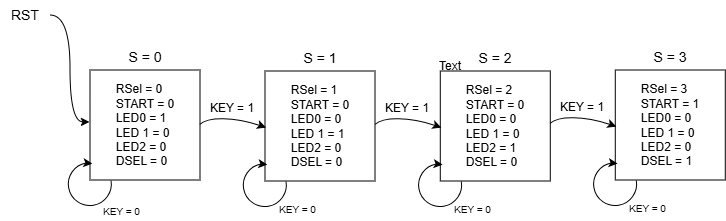
Above: Documentation/Diagrams/demo_state_machiene.png in MF-ECE2028/Project-ALU (draw.io), before the change. Source tidied: cells renumbered, new cells last; positions are measured from the earlier drawing's top-left corner, leaving out a move shared by most shapes. Source of this version:
```xml
<mxGraphModel>
  <root>
    <mxCell id="0" />
    <mxCell id="1" parent="0" />
    <mxCell id="2" style="group;" parent="1" vertex="1">
      <mxGeometry x="90" y="70" width="110" height="110" as="geometry" />
    </mxCell>
    <mxCell id="3" style="whiteSpace=wrap;html=1;" parent="2" vertex="1">
      <mxGeometry width="110" height="110" as="geometry" />
    </mxCell>
    <mxCell id="4" value="&lt;div style=&quot;text-align: justify;&quot;&gt;&lt;span style=&quot;background-color: transparent; color: light-dark(rgb(0, 0, 0), rgb(255, 255, 255));&quot;&gt;&lt;font&gt;RSel = 0&lt;/font&gt;&lt;/span&gt;&lt;/div&gt;&lt;div style=&quot;text-align: justify;&quot;&gt;&lt;font&gt;START = 0&lt;/font&gt;&lt;/div&gt;&lt;div style=&quot;text-align: justify;&quot;&gt;&lt;font&gt;LED0 = 1&lt;/font&gt;&lt;/div&gt;&lt;div style=&quot;text-align: justify;&quot;&gt;&lt;font&gt;LED 1 = 0&lt;/font&gt;&lt;/div&gt;&lt;div style=&quot;text-align: justify;&quot;&gt;&lt;font&gt;LED2 = 0&lt;/font&gt;&lt;/div&gt;&lt;div style=&quot;text-align: justify;&quot;&gt;&lt;font&gt;DSEL = 0&lt;/font&gt;&lt;/div&gt;" style="text;html=1;whiteSpace=wrap;strokeColor=none;fillColor=none;align=center;verticalAlign=middle;rounded=0;" parent="2" vertex="1">
      <mxGeometry width="110" height="110" as="geometry" />
    </mxCell>
    <mxCell id="5" value="&lt;font style=&quot;font-size: 14px;&quot;&gt;RST&lt;/font&gt;" style="text;html=1;whiteSpace=wrap;strokeColor=none;fillColor=none;align=center;verticalAlign=middle;rounded=0;" parent="1" vertex="1">
      <mxGeometry width="50" height="30" as="geometry" />
    </mxCell>
    <mxCell id="6" style="edgeStyle=orthogonalEdgeStyle;rounded=0;jettySize=auto;html=1;entryX=-0.005;entryY=0.472;entryDx=0;entryDy=0;entryPerimeter=0;curved=1;" parent="1" edge="1" source="5" target="4">
      <mxGeometry relative="1" as="geometry" />
    </mxCell>
    <mxCell id="7" value="&lt;font style=&quot;font-size: 14px;&quot;&gt;S = 0&lt;/font&gt;" style="text;html=1;whiteSpace=wrap;strokeColor=none;fillColor=none;align=center;verticalAlign=middle;rounded=0;" parent="1" vertex="1">
      <mxGeometry x="115" y="42" width="60" height="30" as="geometry" />
    </mxCell>
    <mxCell id="8" style="shape=mxgraph.basic.arc;html=1;startAngle=0.3;endAngle=0.1;endArrow=classic;endFill=1;rotation=-30;" parent="1" vertex="1">
      <mxGeometry x="65" y="160" width="50" height="50" as="geometry" />
    </mxCell>
    <mxCell id="9" style="group;" parent="1" vertex="1">
      <mxGeometry x="265" y="71" width="110" height="110" as="geometry" />
    </mxCell>
    <mxCell id="10" style="whiteSpace=wrap;html=1;" parent="9" vertex="1">
      <mxGeometry width="110" height="110" as="geometry" />
    </mxCell>
    <mxCell id="11" value="&lt;div style=&quot;text-align: justify;&quot;&gt;&lt;span style=&quot;background-color: transparent; color: light-dark(rgb(0, 0, 0), rgb(255, 255, 255));&quot;&gt;&lt;font&gt;RSel = 1&lt;/font&gt;&lt;/span&gt;&lt;/div&gt;&lt;div style=&quot;text-align: justify;&quot;&gt;&lt;font&gt;START = 0&lt;/font&gt;&lt;/div&gt;&lt;div style=&quot;text-align: justify;&quot;&gt;&lt;font&gt;LED0 = 0&lt;/font&gt;&lt;/div&gt;&lt;div style=&quot;text-align: justify;&quot;&gt;&lt;font&gt;LED 1 = 1&lt;/font&gt;&lt;/div&gt;&lt;div style=&quot;text-align: justify;&quot;&gt;&lt;font&gt;LED2 = 0&lt;/font&gt;&lt;/div&gt;&lt;div style=&quot;text-align: justify;&quot;&gt;&lt;font&gt;DSEL = 0&lt;/font&gt;&lt;/div&gt;" style="text;html=1;whiteSpace=wrap;strokeColor=none;fillColor=none;align=center;verticalAlign=middle;rounded=0;" parent="9" vertex="1">
      <mxGeometry width="110" height="110" as="geometry" />
    </mxCell>
    <mxCell id="12" value="&lt;font style=&quot;font-size: 14px;&quot;&gt;S = 1&lt;/font&gt;" style="text;html=1;whiteSpace=wrap;strokeColor=none;fillColor=none;align=center;verticalAlign=middle;rounded=0;" parent="1" vertex="1">
      <mxGeometry x="290" y="43" width="60" height="30" as="geometry" />
    </mxCell>
    <mxCell id="13" style="shape=mxgraph.basic.arc;html=1;startAngle=0.3;endAngle=0.1;endArrow=classic;endFill=1;rotation=-30;" parent="1" vertex="1">
      <mxGeometry x="240" y="161" width="50" height="50" as="geometry" />
    </mxCell>
    <mxCell id="14" style="shape=mxgraph.basic.arc;html=1;startAngle=0.7859799014260431;endAngle=0.9968173254495136;endArrow=classic;endFill=1;rotation=20;" parent="1" vertex="1">
      <mxGeometry x="188.7" y="123" width="139.8" height="57.4" as="geometry" />
    </mxCell>
    <mxCell id="15" value="&lt;font&gt;KEY = 1&lt;/font&gt;" style="text;html=1;whiteSpace=wrap;strokeColor=none;fillColor=none;align=center;verticalAlign=middle;rounded=0;" parent="1" vertex="1">
      <mxGeometry x="197" y="93" width="70" height="30" as="geometry" />
    </mxCell>
    <mxCell id="16" value="&lt;font style=&quot;font-size: 10px;&quot;&gt;KEY = 0&lt;/font&gt;" style="text;html=1;whiteSpace=wrap;strokeColor=none;fillColor=none;align=center;verticalAlign=middle;rounded=0;" parent="1" vertex="1">
      <mxGeometry x="100" y="201" width="43" height="20" as="geometry" />
    </mxCell>
    <mxCell id="17" value="&lt;font style=&quot;font-size: 10px;&quot;&gt;KEY = 0&lt;/font&gt;" style="text;html=1;whiteSpace=wrap;strokeColor=none;fillColor=none;align=center;verticalAlign=middle;rounded=0;" parent="1" vertex="1">
      <mxGeometry x="276" y="199" width="43" height="20" as="geometry" />
    </mxCell>
    <mxCell id="18" style="group;" parent="1" vertex="1">
      <mxGeometry x="440.3" y="71" width="110" height="110" as="geometry" />
    </mxCell>
    <mxCell id="19" style="whiteSpace=wrap;html=1;" parent="18" vertex="1">
      <mxGeometry width="110" height="110" as="geometry" />
    </mxCell>
    <mxCell id="20" value="&lt;div style=&quot;text-align: justify;&quot;&gt;&lt;span style=&quot;background-color: transparent; color: light-dark(rgb(0, 0, 0), rgb(255, 255, 255));&quot;&gt;&lt;font&gt;RSel = 2&lt;/font&gt;&lt;/span&gt;&lt;/div&gt;&lt;div style=&quot;text-align: justify;&quot;&gt;&lt;font&gt;START = 0&lt;/font&gt;&lt;/div&gt;&lt;div style=&quot;text-align: justify;&quot;&gt;&lt;font&gt;LED0 = 0&lt;/font&gt;&lt;/div&gt;&lt;div style=&quot;text-align: justify;&quot;&gt;&lt;font&gt;LED 1 = 0&lt;/font&gt;&lt;/div&gt;&lt;div style=&quot;text-align: justify;&quot;&gt;&lt;font&gt;LED2 = 1&lt;/font&gt;&lt;/div&gt;&lt;div style=&quot;text-align: justify;&quot;&gt;&lt;font&gt;DSEL = 0&lt;/font&gt;&lt;/div&gt;" style="text;html=1;whiteSpace=wrap;strokeColor=none;fillColor=none;align=center;verticalAlign=middle;rounded=0;" parent="18" vertex="1">
      <mxGeometry width="110" height="110" as="geometry" />
    </mxCell>
    <mxCell id="21" value="&lt;font style=&quot;font-size: 14px;&quot;&gt;S = 2&lt;/font&gt;" style="text;html=1;whiteSpace=wrap;strokeColor=none;fillColor=none;align=center;verticalAlign=middle;rounded=0;" parent="1" vertex="1">
      <mxGeometry x="465.3" y="43" width="60" height="30" as="geometry" />
    </mxCell>
    <mxCell id="22" style="shape=mxgraph.basic.arc;html=1;startAngle=0.3;endAngle=0.1;endArrow=classic;endFill=1;rotation=-30;" parent="1" vertex="1">
      <mxGeometry x="415.3" y="161" width="50" height="50" as="geometry" />
    </mxCell>
    <mxCell id="23" style="shape=mxgraph.basic.arc;html=1;startAngle=0.7859799014260431;endAngle=0.9968173254495136;endArrow=classic;endFill=1;rotation=20;" parent="1" vertex="1">
      <mxGeometry x="364" y="123" width="139.8" height="57.4" as="geometry" />
    </mxCell>
    <mxCell id="24" value="&lt;font&gt;KEY = 1&lt;/font&gt;" style="text;html=1;whiteSpace=wrap;strokeColor=none;fillColor=none;align=center;verticalAlign=middle;rounded=0;" parent="1" vertex="1">
      <mxGeometry x="372.3" y="93" width="70" height="30" as="geometry" />
    </mxCell>
    <mxCell id="25" value="&lt;font style=&quot;font-size: 10px;&quot;&gt;KEY = 0&lt;/font&gt;" style="text;html=1;whiteSpace=wrap;strokeColor=none;fillColor=none;align=center;verticalAlign=middle;rounded=0;" parent="1" vertex="1">
      <mxGeometry x="451.3" y="199" width="43" height="20" as="geometry" />
    </mxCell>
    <mxCell id="26" style="group;" parent="1" vertex="1">
      <mxGeometry x="615.3" y="70" width="110" height="110" as="geometry" />
    </mxCell>
    <mxCell id="27" style="whiteSpace=wrap;html=1;" parent="26" vertex="1">
      <mxGeometry width="110" height="110" as="geometry" />
    </mxCell>
    <mxCell id="28" value="&lt;div style=&quot;text-align: justify;&quot;&gt;&lt;span style=&quot;background-color: transparent; color: light-dark(rgb(0, 0, 0), rgb(255, 255, 255));&quot;&gt;&lt;font&gt;RSel = 3&lt;/font&gt;&lt;/span&gt;&lt;/div&gt;&lt;div style=&quot;text-align: justify;&quot;&gt;&lt;font&gt;START = 1&lt;/font&gt;&lt;/div&gt;&lt;div style=&quot;text-align: justify;&quot;&gt;&lt;font&gt;LED0 = 0&lt;/font&gt;&lt;/div&gt;&lt;div style=&quot;text-align: justify;&quot;&gt;&lt;font&gt;LED 1 = 0&lt;/font&gt;&lt;/div&gt;&lt;div style=&quot;text-align: justify;&quot;&gt;&lt;font&gt;LED2 = 0&lt;/font&gt;&lt;/div&gt;&lt;div style=&quot;text-align: justify;&quot;&gt;&lt;font&gt;DSEL = 1&lt;/font&gt;&lt;/div&gt;" style="text;html=1;whiteSpace=wrap;strokeColor=none;fillColor=none;align=center;verticalAlign=middle;rounded=0;" parent="26" vertex="1">
      <mxGeometry width="110" height="110" as="geometry" />
    </mxCell>
    <mxCell id="29" value="&lt;font style=&quot;font-size: 14px;&quot;&gt;S = 3&lt;/font&gt;" style="text;html=1;whiteSpace=wrap;strokeColor=none;fillColor=none;align=center;verticalAlign=middle;rounded=0;" parent="1" vertex="1">
      <mxGeometry x="640.3" y="42" width="60" height="30" as="geometry" />
    </mxCell>
    <mxCell id="30" style="shape=mxgraph.basic.arc;html=1;startAngle=0.3;endAngle=0.1;endArrow=classic;endFill=1;rotation=-30;" parent="1" vertex="1">
      <mxGeometry x="590.3" y="160" width="50" height="50" as="geometry" />
    </mxCell>
    <mxCell id="31" style="shape=mxgraph.basic.arc;html=1;startAngle=0.7859799014260431;endAngle=0.9968173254495136;endArrow=classic;endFill=1;rotation=20;" parent="1" vertex="1">
      <mxGeometry x="539" y="122" width="139.8" height="57.4" as="geometry" />
    </mxCell>
    <mxCell id="32" value="&lt;font&gt;KEY = 1&lt;/font&gt;" style="text;html=1;whiteSpace=wrap;strokeColor=none;fillColor=none;align=center;verticalAlign=middle;rounded=0;" parent="1" vertex="1">
      <mxGeometry x="547.3" y="92" width="70" height="30" as="geometry" />
    </mxCell>
    <mxCell id="33" value="&lt;font style=&quot;font-size: 10px;&quot;&gt;KEY = 0&lt;/font&gt;" style="text;html=1;whiteSpace=wrap;strokeColor=none;fillColor=none;align=center;verticalAlign=middle;rounded=0;" parent="1" vertex="1">
      <mxGeometry x="626.3" y="198" width="43" height="20" as="geometry" />
    </mxCell>
    <mxCell id="34" value="Text" style="text;html=1;whiteSpace=wrap;strokeColor=none;fillColor=none;align=center;verticalAlign=middle;rounded=0;" parent="1" vertex="1">
      <mxGeometry x="420" y="51" width="60" height="30" as="geometry" />
    </mxCell>
  </root>
</mxGraphModel>
```
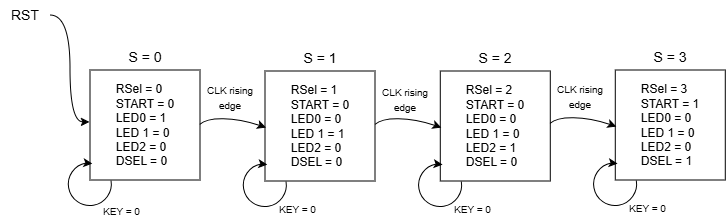
After the commit.

Commit message:
fix state machiene and add demo schematic

Diff of the diagram source:
```diff
@@ -41,9 +41,6 @@
     <mxCell id="14" style="shape=mxgraph.basic.arc;html=1;startAngle=0.7859799014260431;endAngle=0.9968173254495136;endArrow=classic;endFill=1;rotation=20;" parent="1" vertex="1">
       <mxGeometry x="188.7" y="123" width="139.8" height="57.4" as="geometry" />
     </mxCell>
-    <mxCell id="15" value="&lt;font&gt;KEY = 1&lt;/font&gt;" style="text;html=1;whiteSpace=wrap;strokeColor=none;fillColor=none;align=center;verticalAlign=middle;rounded=0;" parent="1" vertex="1">
-      <mxGeometry x="197" y="93" width="70" height="30" as="geometry" />
-    </mxCell>
     <mxCell id="16" value="&lt;font style=&quot;font-size: 10px;&quot;&gt;KEY = 0&lt;/font&gt;" style="text;html=1;whiteSpace=wrap;strokeColor=none;fillColor=none;align=center;verticalAlign=middle;rounded=0;" parent="1" vertex="1">
       <mxGeometry x="100" y="201" width="43" height="20" as="geometry" />
     </mxCell>
@@ -68,9 +65,6 @@
     <mxCell id="23" style="shape=mxgraph.basic.arc;html=1;startAngle=0.7859799014260431;endAngle=0.9968173254495136;endArrow=classic;endFill=1;rotation=20;" parent="1" vertex="1">
       <mxGeometry x="364" y="123" width="139.8" height="57.4" as="geometry" />
     </mxCell>
-    <mxCell id="24" value="&lt;font&gt;KEY = 1&lt;/font&gt;" style="text;html=1;whiteSpace=wrap;strokeColor=none;fillColor=none;align=center;verticalAlign=middle;rounded=0;" parent="1" vertex="1">
-      <mxGeometry x="372.3" y="93" width="70" height="30" as="geometry" />
-    </mxCell>
     <mxCell id="25" value="&lt;font style=&quot;font-size: 10px;&quot;&gt;KEY = 0&lt;/font&gt;" style="text;html=1;whiteSpace=wrap;strokeColor=none;fillColor=none;align=center;verticalAlign=middle;rounded=0;" parent="1" vertex="1">
       <mxGeometry x="451.3" y="199" width="43" height="20" as="geometry" />
     </mxCell>
@@ -92,14 +86,17 @@
     <mxCell id="31" style="shape=mxgraph.basic.arc;html=1;startAngle=0.7859799014260431;endAngle=0.9968173254495136;endArrow=classic;endFill=1;rotation=20;" parent="1" vertex="1">
       <mxGeometry x="539" y="122" width="139.8" height="57.4" as="geometry" />
     </mxCell>
-    <mxCell id="32" value="&lt;font&gt;KEY = 1&lt;/font&gt;" style="text;html=1;whiteSpace=wrap;strokeColor=none;fillColor=none;align=center;verticalAlign=middle;rounded=0;" parent="1" vertex="1">
-      <mxGeometry x="547.3" y="92" width="70" height="30" as="geometry" />
-    </mxCell>
     <mxCell id="33" value="&lt;font style=&quot;font-size: 10px;&quot;&gt;KEY = 0&lt;/font&gt;" style="text;html=1;whiteSpace=wrap;strokeColor=none;fillColor=none;align=center;verticalAlign=middle;rounded=0;" parent="1" vertex="1">
       <mxGeometry x="626.3" y="198" width="43" height="20" as="geometry" />
     </mxCell>
-    <mxCell id="34" value="Text" style="text;html=1;whiteSpace=wrap;strokeColor=none;fillColor=none;align=center;verticalAlign=middle;rounded=0;" parent="1" vertex="1">
-      <mxGeometry x="420" y="51" width="60" height="30" as="geometry" />
-    </mxCell>
+    <mxCell id="35" value="&lt;font style=&quot;font-size: 10px;&quot;&gt;CLK rising edge&lt;/font&gt;" style="text;html=1;whiteSpace=wrap;strokeColor=none;fillColor=none;align=center;verticalAlign=middle;rounded=0;" parent="1" vertex="1">
+      <mxGeometry x="200" y="71" width="60" height="52" as="geometry" />
+    </mxCell>
+    <mxCell id="36" value="&lt;font style=&quot;font-size: 10px;&quot;&gt;CLK rising edge&lt;/font&gt;" style="text;html=1;whiteSpace=wrap;strokeColor=none;fillColor=none;align=center;verticalAlign=middle;rounded=0;" parent="1" vertex="1">
+      <mxGeometry x="375" y="73" width="60" height="52" as="geometry" />
+    </mxCell>
+    <mxCell id="37" value="&lt;font style=&quot;font-size: 10px;&quot;&gt;CLK rising edge&lt;/font&gt;" style="text;html=1;whiteSpace=wrap;strokeColor=none;fillColor=none;align=center;verticalAlign=middle;rounded=0;" parent="1" vertex="1">
+      <mxGeometry x="550.3" y="70" width="60" height="52" as="geometry" />
+    </mxCell>
   </root>
 </mxGraphModel>
```
